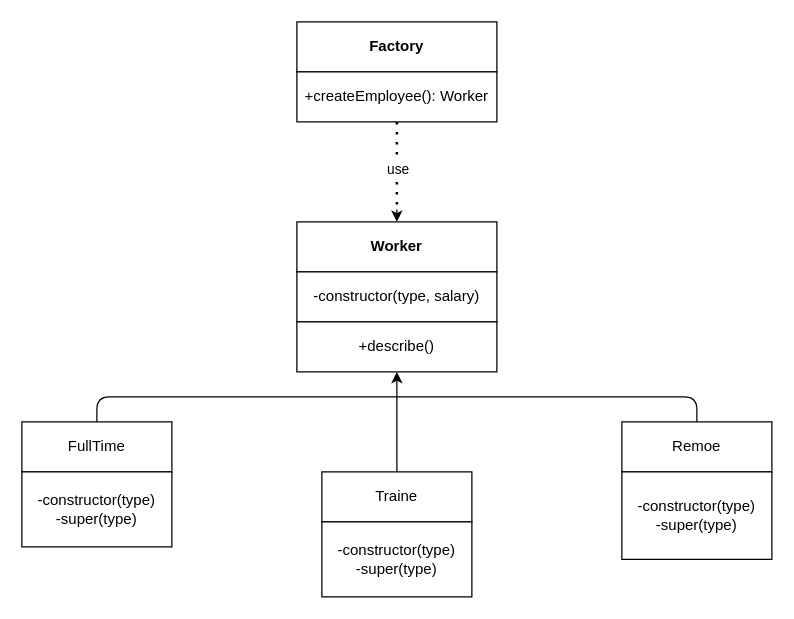
This is 1_creational/factory.drawio from plnnsimon/patterns, a draw.io file, before an edit. Source tidied: cells renumbered, new cells numbered last; positions are measured from the earlier drawing's top-left corner, leaving out a move shared by most shapes. Both pictures are drawn from the tidied source at 125%, with x=0, y=0 at pixel (21, 21).
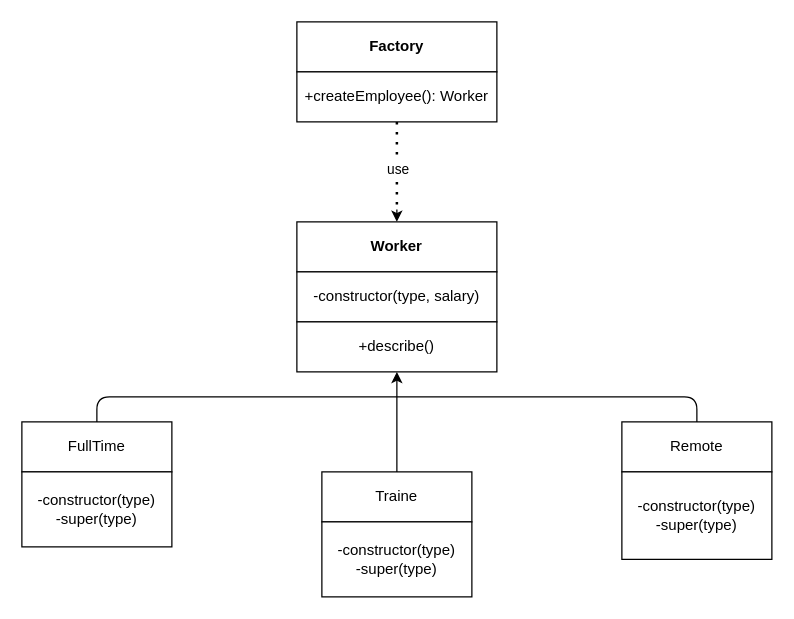
Above is the later version.

The edit, as a diff of the source:
```diff
@@
-    <mxCell id="9" value="Remoe" style="rounded=0;whiteSpace=wrap;html=1;" parent="1" vertex="1">
+    <mxCell id="9" value="Remote" style="rounded=0;whiteSpace=wrap;html=1;" parent="1" vertex="1">
       <mxGeometry x="480" y="320" width="120" height="40" as="geometry" />
     </mxCell>
```
